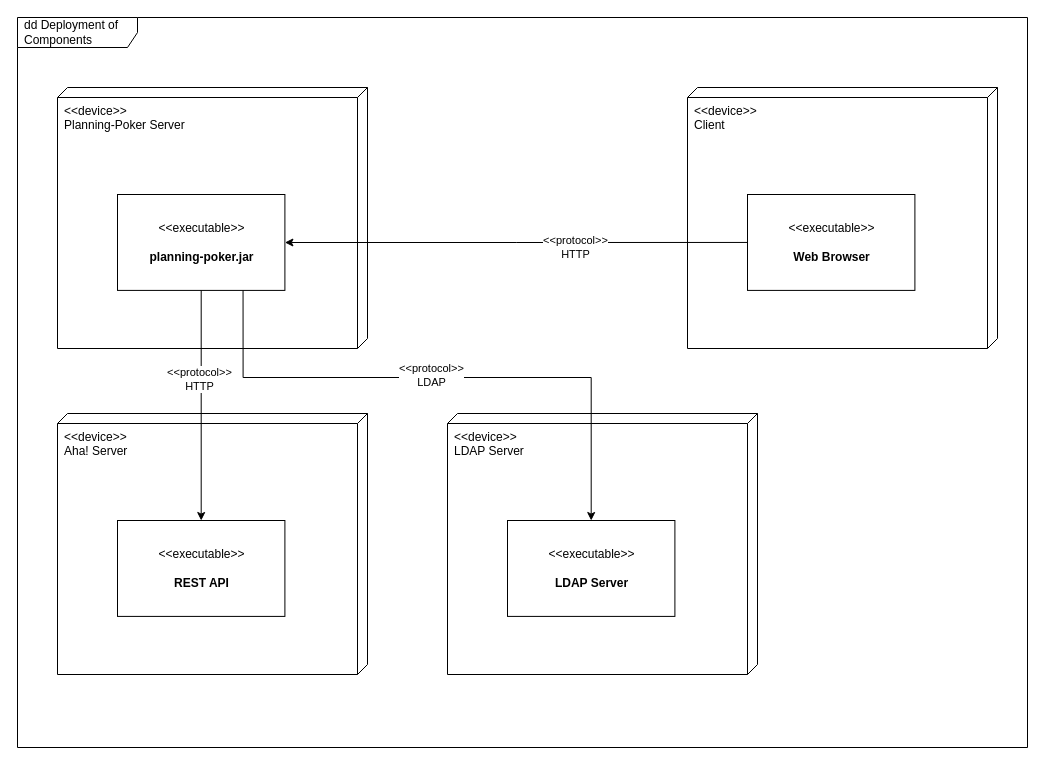
This is docs/deployment.drawio from RillingDev/planning-poker, a draw.io file, before an edit. Source tidied: cells renumbered, new cells numbered last; positions are measured from the earlier drawing's top-left corner, leaving out a move shared by most shapes. Both pictures are drawn from the tidied source at 100%, with x=0, y=0 at pixel (17, 17).
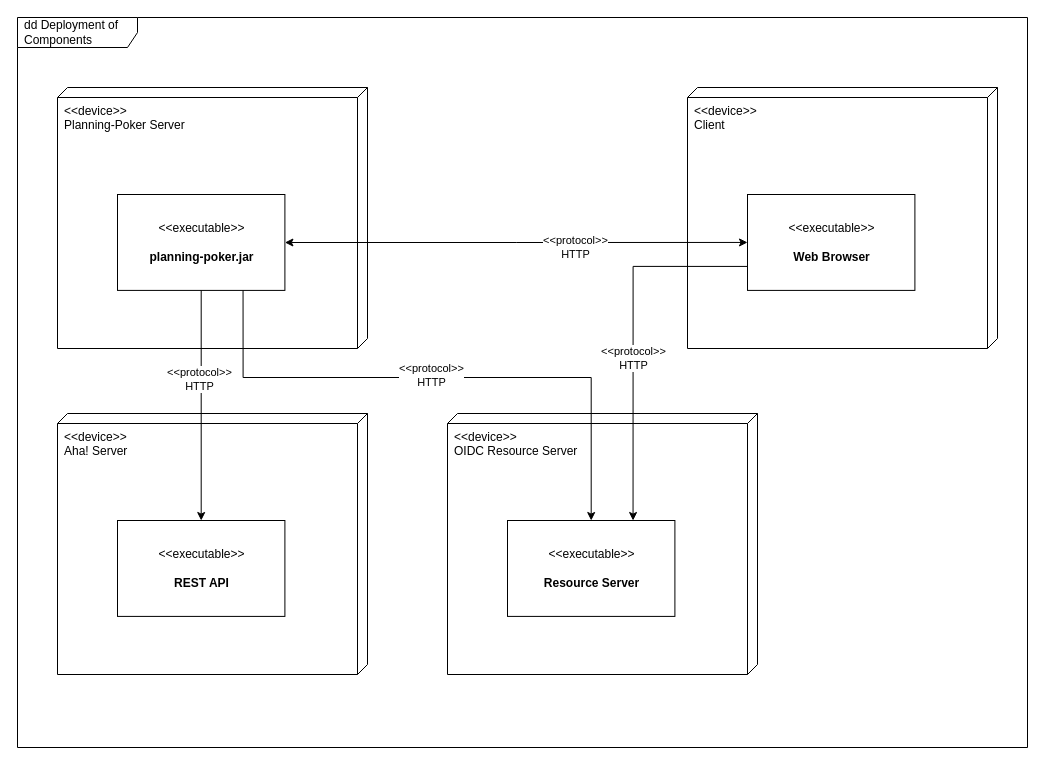
After the change.

The change refers to these unchanged cells:
```xml
<mxCell id="4" value="&amp;lt;&amp;lt;executable&amp;gt;&amp;gt;&lt;br&gt;&lt;br&gt;&lt;b&gt;planning-poker.jar&lt;/b&gt;" style="text;html=1;align=center;verticalAlign=middle;dashed=0;fillColor=#ffffff;strokeColor=#000000;" parent="3" vertex="1">
  <mxGeometry x="60" y="107" width="167.4" height="95.9" as="geometry" />
</mxCell>
<mxCell id="6" value="&amp;lt;&amp;lt;executable&amp;gt;&amp;gt;&lt;br&gt;&lt;br&gt;&lt;b&gt;Web Browser&lt;/b&gt;" style="text;html=1;align=center;verticalAlign=middle;dashed=0;fillColor=#ffffff;strokeColor=#000000;" parent="5" vertex="1">
  <mxGeometry x="60" y="107" width="167.4" height="95.9" as="geometry" />
</mxCell>
<mxCell id="15" style="edgeStyle=orthogonalEdgeStyle;rounded=0;jettySize=auto;html=1;exitX=0.75;exitY=1;exitDx=0;exitDy=0;entryX=0.5;entryY=0;entryDx=0;entryDy=0;" parent="1" edge="1" source="4" target="14">
  <mxGeometry relative="1" as="geometry">
    <Array as="points">
      <mxPoint x="226" y="360" />
      <mxPoint x="574" y="360" />
    </Array>
  </mxGeometry>
</mxCell>
```

Diff of the diagram source:
```diff
@@
-    <mxCell id="7" style="edgeStyle=orthogonalEdgeStyle;rounded=0;jettySize=auto;html=1;exitX=0;exitY=0.5;exitDx=0;exitDy=0;" parent="1" edge="1" source="6" target="4">
+    <mxCell id="7" style="edgeStyle=orthogonalEdgeStyle;rounded=0;jettySize=auto;html=1;exitX=0;exitY=0.5;exitDx=0;exitDy=0;endArrow=classic;endFill=1;startArrow=classic;startFill=1;" parent="1" edge="1" source="6" target="4">
       <mxGeometry relative="1" as="geometry" />
     </mxCell>
@@
-    <mxCell id="13" value="&amp;lt;&amp;lt;device&amp;gt;&amp;gt;&lt;br&gt;LDAP Server" style="verticalAlign=top;align=left;shape=cube;size=10;direction=south;fontStyle=0;html=1;boundedLbl=1;spacingLeft=5;" parent="1" vertex="1">
+    <mxCell id="13" value="&amp;lt;&amp;lt;device&amp;gt;&amp;gt;&lt;br&gt;OIDC Resource Server" style="verticalAlign=top;align=left;shape=cube;size=10;direction=south;fontStyle=0;html=1;boundedLbl=1;spacingLeft=5;" parent="1" vertex="1">
       <mxGeometry x="430" y="396" width="310" height="261" as="geometry" />
     </mxCell>
-    <mxCell id="14" value="&amp;lt;&amp;lt;executable&amp;gt;&amp;gt;&lt;br&gt;&lt;br&gt;&lt;b&gt;LDAP Server&lt;/b&gt;" style="text;html=1;align=center;verticalAlign=middle;dashed=0;fillColor=#ffffff;strokeColor=#000000;" parent="13" vertex="1">
+    <mxCell id="14" value="&amp;lt;&amp;lt;executable&amp;gt;&amp;gt;&lt;br&gt;&lt;br&gt;&lt;b&gt;Resource&amp;nbsp;Server&lt;/b&gt;" style="text;html=1;align=center;verticalAlign=middle;dashed=0;fillColor=#ffffff;strokeColor=#000000;" parent="13" vertex="1">
       <mxGeometry x="60" y="107" width="167.4" height="95.9" as="geometry" />
     </mxCell>
@@
-    <mxCell id="16" value="&amp;lt;&amp;lt;protocol&amp;gt;&amp;gt;&lt;br&gt;LDAP" style="edgeLabel;html=1;align=center;verticalAlign=middle;" parent="15" vertex="1">
+    <mxCell id="16" value="&amp;lt;&amp;lt;protocol&amp;gt;&amp;gt;&lt;br&gt;HTTP" style="edgeLabel;html=1;align=center;verticalAlign=middle;" parent="15" vertex="1">
       <mxGeometry x="-0.05" y="3" relative="1" as="geometry" />
     </mxCell>
+    <mxCell id="17" style="edgeStyle=orthogonalEdgeStyle;rounded=0;jettySize=auto;html=1;exitX=0;exitY=0.75;exitDx=0;exitDy=0;entryX=0.75;entryY=0;entryDx=0;entryDy=0;" parent="1" edge="1" source="6" target="14">
+      <mxGeometry relative="1" as="geometry" />
+    </mxCell>
+    <mxCell id="18" value="&amp;lt;&amp;lt;protocol&amp;gt;&amp;gt;&lt;br&gt;HTTP" style="edgeLabel;html=1;align=center;verticalAlign=middle;" parent="17" vertex="1">
+      <mxGeometry x="0.12" relative="1" as="geometry" />
+    </mxCell>
```
